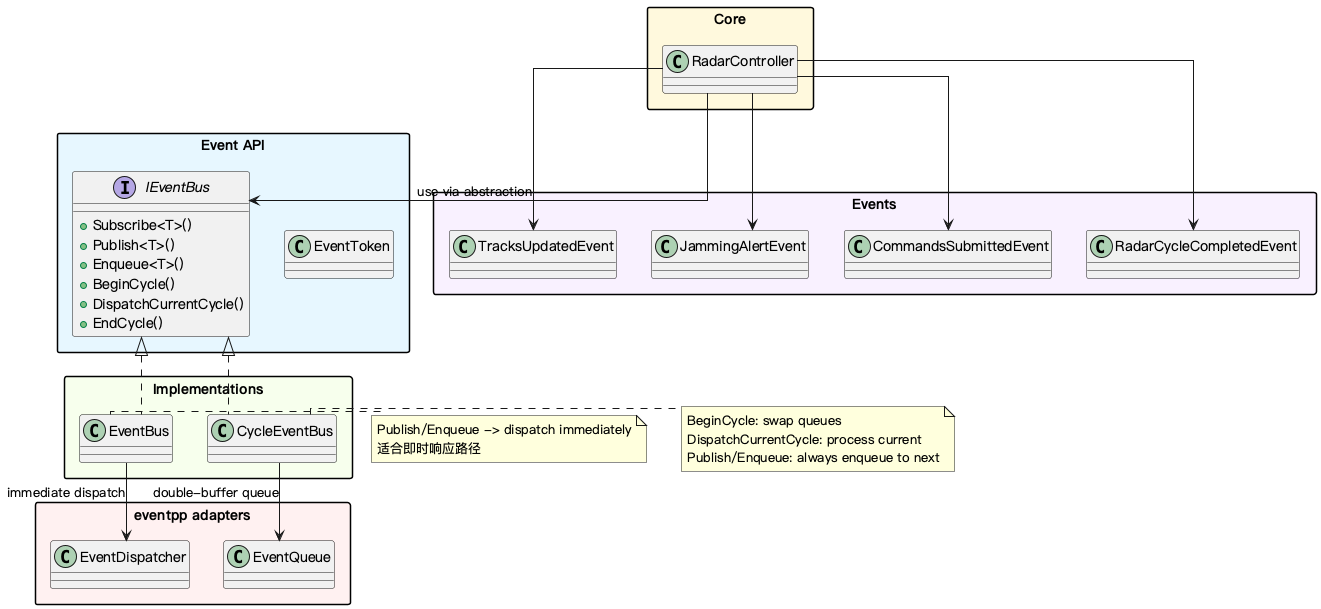
The PlantUML diagram doc/architecture/eventbus/eventbus-architecture.png in boilwater-3/1q, before a commit.
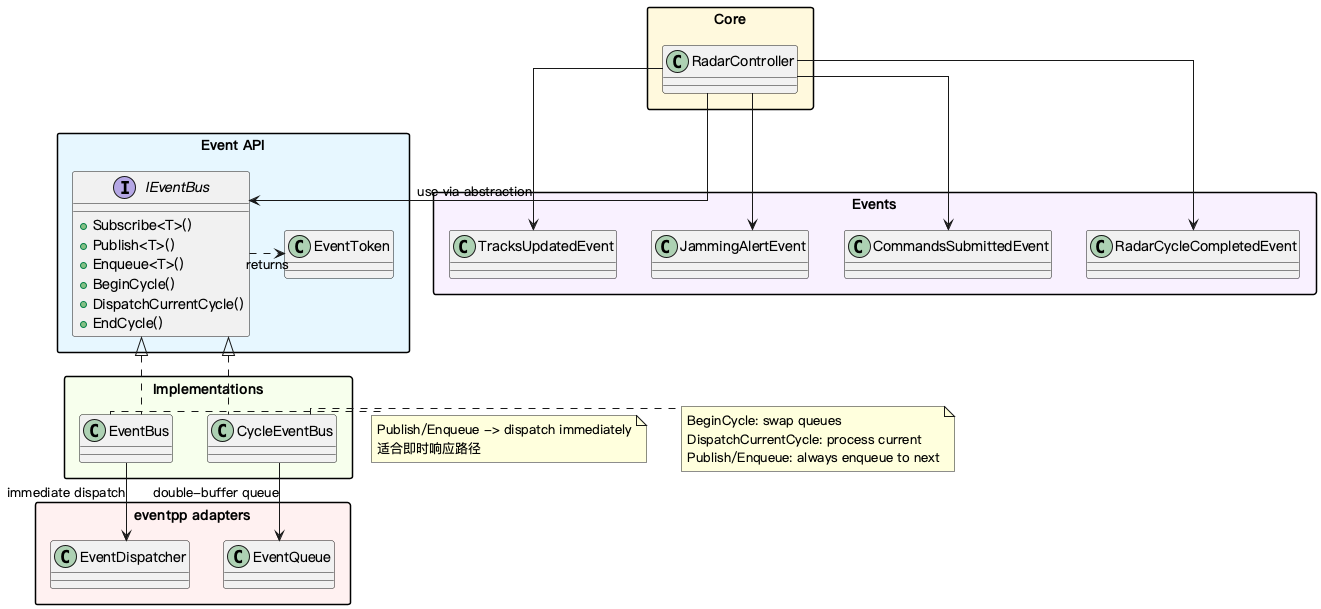
After the commit.

Commit message:
docs(architecture): 更新内建总线与决策层设计图及文档对齐

The edit, as a diff of the source:
```diff
@@ -44,6 +44,8 @@
 RadarController --> CommandsSubmittedEvent
 RadarController --> RadarCycleCompletedEvent
 
+IEventBus .> EventToken : returns
+
 EventBus --> EventDispatcher : immediate dispatch
 CycleEventBus --> EventQueue : double-buffer queue
 
```
